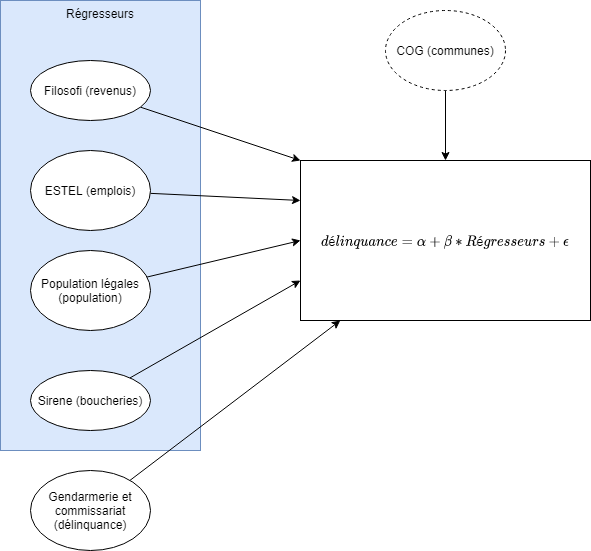
Before: sources.drawio.png, a diagram exported from draw.io (cthiounn/python-datascience-ENSAE-2A). Source tidied: cells renumbered, new cells last; positions are measured from the earlier drawing's top-left corner, leaving out a move shared by most shapes.
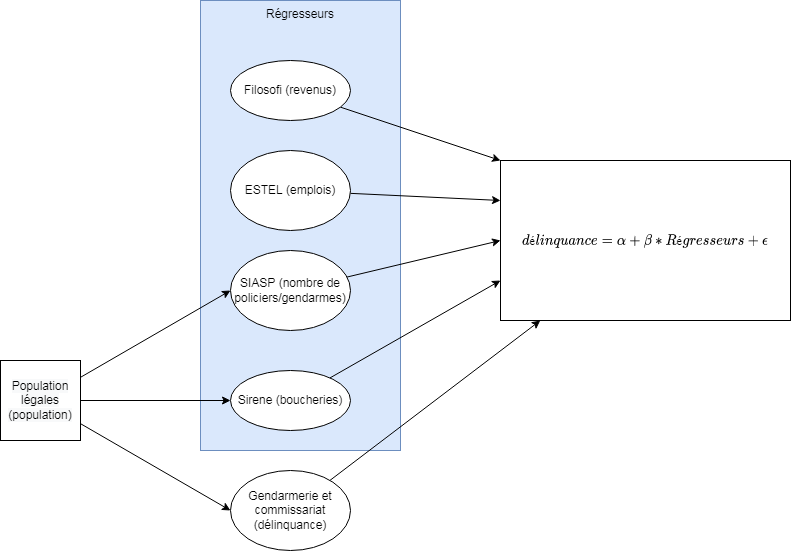
After the commit.

Diff of the diagram source:
```diff
@@ -17,15 +17,9 @@
     <mxCell id="6" style="rounded=0;jettySize=auto;html=1;entryX=0;entryY=0.5;entryDx=0;entryDy=0;" parent="1" edge="1" source="7" target="3">
       <mxGeometry relative="1" as="geometry" />
     </mxCell>
-    <mxCell id="7" value="Population légales (population)" style="ellipse;whiteSpace=wrap;html=1;" parent="1" vertex="1">
+    <mxCell id="7" value="SIASP (nombre de policiers/gendarmes)" style="ellipse;whiteSpace=wrap;html=1;" parent="1" vertex="1">
       <mxGeometry x="30" y="250" width="120" height="80" as="geometry" />
     </mxCell>
-    <mxCell id="8" style="edgeStyle=none;rounded=0;jettySize=auto;html=1;entryX=0.5;entryY=0;entryDx=0;entryDy=0;" parent="1" edge="1" source="9" target="3">
-      <mxGeometry relative="1" as="geometry" />
-    </mxCell>
-    <mxCell id="9" value="COG (communes)" style="ellipse;whiteSpace=wrap;html=1;dashed=1;" parent="1" vertex="1">
-      <mxGeometry x="385" y="10" width="120" height="80" as="geometry" />
-    </mxCell>
     <mxCell id="10" style="rounded=0;jettySize=auto;html=1;" parent="1" edge="1" source="11" target="3">
       <mxGeometry relative="1" as="geometry" />
     </mxCell>
@@ -44,5 +38,17 @@
     <mxCell id="15" value="Filosofi (revenus)" style="ellipse;whiteSpace=wrap;html=1;" parent="1" vertex="1">
       <mxGeometry x="30" y="60" width="120" height="60" as="geometry" />
     </mxCell>
+    <mxCell id="16" style="rounded=0;jettySize=auto;html=1;entryX=0;entryY=0.5;entryDx=0;entryDy=0;" parent="1" edge="1" source="19" target="11">
+      <mxGeometry relative="1" as="geometry" />
+    </mxCell>
+    <mxCell id="17" style="rounded=0;jettySize=auto;html=1;" parent="1" edge="1" source="19" target="13">
+      <mxGeometry relative="1" as="geometry" />
+    </mxCell>
+    <mxCell id="18" style="rounded=0;jettySize=auto;html=1;entryX=0;entryY=0.5;entryDx=0;entryDy=0;" parent="1" edge="1" source="19" target="7">
+      <mxGeometry relative="1" as="geometry" />
+    </mxCell>
+    <mxCell id="19" value="&#10;&#10;&lt;span style=&quot;color: rgb(0, 0, 0); font-family: helvetica; font-size: 12px; font-style: normal; font-weight: 400; letter-spacing: normal; text-align: center; text-indent: 0px; text-transform: none; word-spacing: 0px; background-color: rgb(248, 249, 250); display: inline; float: none;&quot;&gt;Population légales (population)&lt;/span&gt;&#10;&#10;" style="whiteSpace=wrap;html=1;" parent="1" vertex="1">
+      <mxGeometry x="-200" y="360" width="80" height="80" as="geometry" />
+    </mxCell>
   </root>
 </mxGraphModel>
```
